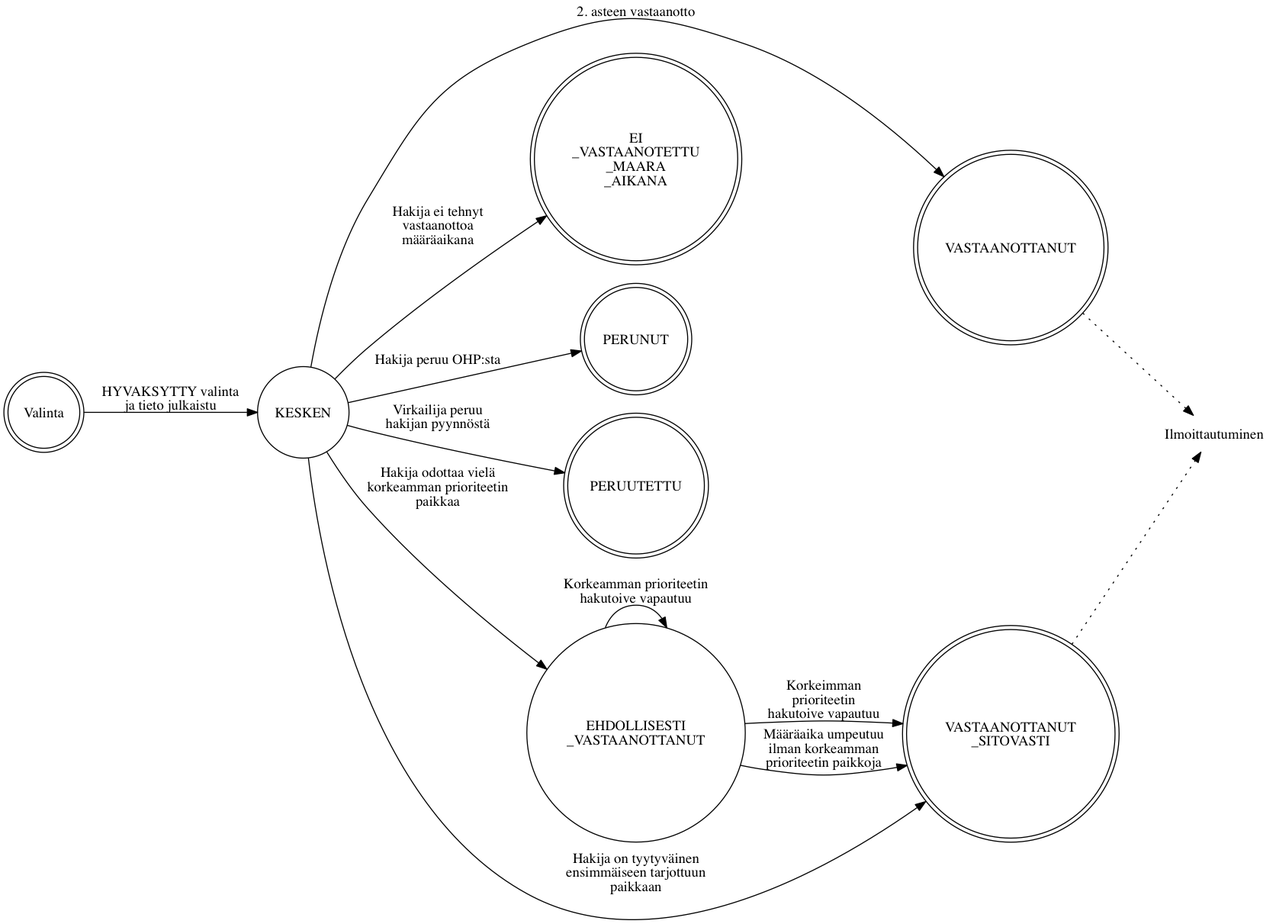
Before: img/vastaanotto.png, a diagram exported from Graphviz (Opetushallitus/dokumentaatio). Its source is kept beside it as dot/vastaanotto.dot. The source it was exported from:
```dot
digraph g {
  rankdir=LR;
  node [shape=circle];

  Valinta -> KESKEN [label="HYVAKSYTTY valinta\nja tieto julkaistu"];
  KESKEN -> VASTAANOTTANUT [label="2. asteen vastaanotto"];
  KESKEN -> EI_VASTAANOTETTU_MAARA_AIKANA [label="Hakija ei tehnyt\nvastaanottoa\nmääräaikana"];
  KESKEN -> PERUNUT [label="Hakija peruu OHP:sta"];
  KESKEN -> PERUUTETTU [label="Virkailija peruu\nhakijan pyynnöstä"];
  KESKEN -> EHDOLLISESTI_VASTAANOTTANUT [label="Hakija odottaa vielä\nkorkeamman prioriteetin\npaikkaa"];
  KESKEN -> VASTAANOTTANUT_SITOVASTI [label="Hakija on tyytyväinen\nensimmäiseen tarjottuun\npaikkaan"];
  EHDOLLISESTI_VASTAANOTTANUT -> EHDOLLISESTI_VASTAANOTTANUT [label="Korkeamman prioriteetin\nhakutoive vapautuu"];
  EHDOLLISESTI_VASTAANOTTANUT -> VASTAANOTTANUT_SITOVASTI [label="Korkeimman\nprioriteetin\nhakutoive vapautuu"];
  EHDOLLISESTI_VASTAANOTTANUT -> VASTAANOTTANUT_SITOVASTI [label="Määräaika umpeutuu\nilman korkeamman\nprioriteetin paikkoja"];

  {
    rank=same;
    VASTAANOTTANUT, VASTAANOTTANUT_SITOVASTI;
  }
  VASTAANOTTANUT, VASTAANOTTANUT_SITOVASTI -> Ilmoittautuminen [style=dotted];

  Valinta, VASTAANOTTANUT_SITOVASTI, PERUUTETTU, PERUNUT, EI_VASTAANOTETTU_MAARA_AIKANA, VASTAANOTTANUT [shape=doublecircle];
  EI_VASTAANOTETTU_MAARA_AIKANA [label="EI\n_VASTAANOTETTU\n_MAARA\n_AIKANA"]
  EHDOLLISESTI_VASTAANOTTANUT [label="EHDOLLISESTI\n_VASTAANOTTANUT"]
  VASTAANOTTANUT_SITOVASTI [label="VASTAANOTTANUT\n_SITOVASTI"]

  Ilmoittautuminen [shape=none];
}
```
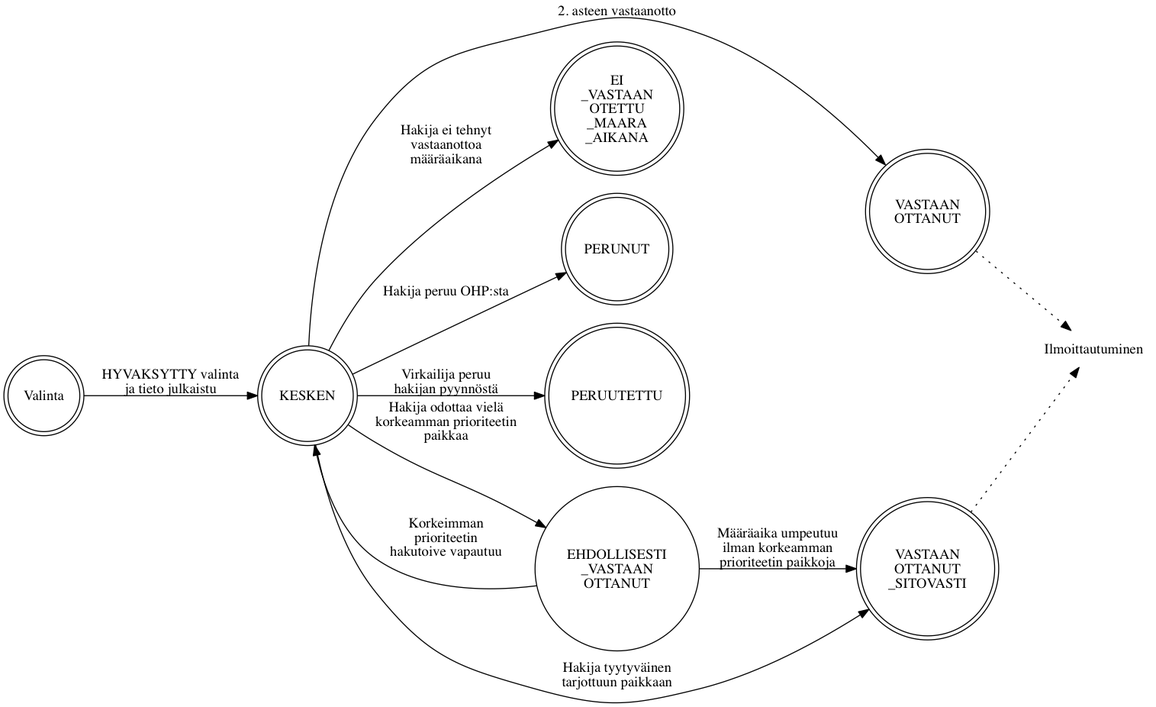
Later version of the same file.

Commit message:
Korjaa toisen paikan vastaanoton vaikutus vastaanottotiloihin

What changed in the source:
```diff
@@ -8,9 +8,8 @@
   KESKEN -> PERUNUT [label="Hakija peruu OHP:sta"];
   KESKEN -> PERUUTETTU [label="Virkailija peruu\nhakijan pyynnöstä"];
   KESKEN -> EHDOLLISESTI_VASTAANOTTANUT [label="Hakija odottaa vielä\nkorkeamman prioriteetin\npaikkaa"];
-  KESKEN -> VASTAANOTTANUT_SITOVASTI [label="Hakija on tyytyväinen\nensimmäiseen tarjottuun\npaikkaan"];
-  EHDOLLISESTI_VASTAANOTTANUT -> EHDOLLISESTI_VASTAANOTTANUT [label="Korkeamman prioriteetin\nhakutoive vapautuu"];
-  EHDOLLISESTI_VASTAANOTTANUT -> VASTAANOTTANUT_SITOVASTI [label="Korkeimman\nprioriteetin\nhakutoive vapautuu"];
+  KESKEN -> VASTAANOTTANUT_SITOVASTI [label="Hakija tyytyväinen\ntarjottuun paikkaan"];
+  EHDOLLISESTI_VASTAANOTTANUT -> KESKEN [label="Korkeimman\nprioriteetin\nhakutoive vapautuu"];
   EHDOLLISESTI_VASTAANOTTANUT -> VASTAANOTTANUT_SITOVASTI [label="Määräaika umpeutuu\nilman korkeamman\nprioriteetin paikkoja"];
 
   {
@@ -19,10 +18,11 @@
   }
   VASTAANOTTANUT, VASTAANOTTANUT_SITOVASTI -> Ilmoittautuminen [style=dotted];
 
-  Valinta, VASTAANOTTANUT_SITOVASTI, PERUUTETTU, PERUNUT, EI_VASTAANOTETTU_MAARA_AIKANA, VASTAANOTTANUT [shape=doublecircle];
-  EI_VASTAANOTETTU_MAARA_AIKANA [label="EI\n_VASTAANOTETTU\n_MAARA\n_AIKANA"]
-  EHDOLLISESTI_VASTAANOTTANUT [label="EHDOLLISESTI\n_VASTAANOTTANUT"]
-  VASTAANOTTANUT_SITOVASTI [label="VASTAANOTTANUT\n_SITOVASTI"]
+  Valinta, VASTAANOTTANUT_SITOVASTI, PERUUTETTU, PERUNUT, EI_VASTAANOTETTU_MAARA_AIKANA, VASTAANOTTANUT, KESKEN [shape=doublecircle];
+  EI_VASTAANOTETTU_MAARA_AIKANA [label="EI\n_VASTAAN\nOTETTU\n_MAARA\n_AIKANA"]
+  EHDOLLISESTI_VASTAANOTTANUT [label="EHDOLLISESTI\n_VASTAAN\nOTTANUT"]
+  VASTAANOTTANUT_SITOVASTI [label="VASTAAN\nOTTANUT\n_SITOVASTI"]
+  VASTAANOTTANUT [label="VASTAAN\nOTTANUT"]
 
   Ilmoittautuminen [shape=none];
 }
```
